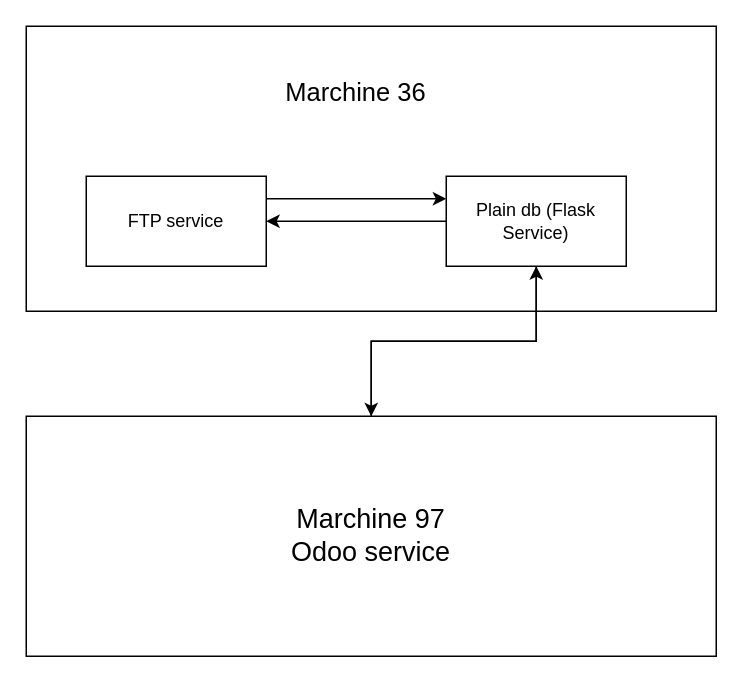
This is endor_ftp.drawio from CcccKaaaa/Personal, a draw.io file, before an edit. Source tidied: cells renumbered, new cells numbered last; positions are measured from the earlier drawing's top-left corner, leaving out a move shared by most shapes. Both pictures are drawn from the tidied source at 150%, with x=0, y=0 at pixel (26, 26).
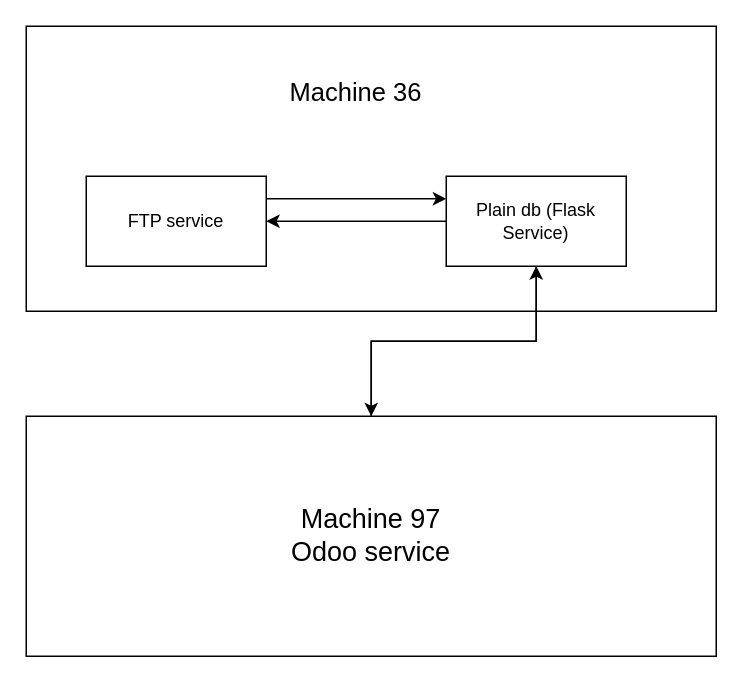
The same diagram, later.

The edit, as a diff of the source:
```diff
@@
 <mxGraphModel>
   <root>
     <mxCell id="0" />
     <mxCell id="1" parent="0" />
     <mxCell id="2" style="rounded=0;whiteSpace=wrap;html=1;" parent="1" vertex="1">
       <mxGeometry width="460" height="190" as="geometry" />
     </mxCell>
     <mxCell id="3" style="edgeStyle=orthogonalEdgeStyle;rounded=0;jettySize=auto;html=1;exitX=1;exitY=0.25;exitDx=0;exitDy=0;entryX=0;entryY=0.25;entryDx=0;entryDy=0;" parent="1" edge="1" source="4" target="7">
       <mxGeometry relative="1" as="geometry" />
     </mxCell>
     <mxCell id="4" value="FTP service" style="rounded=0;whiteSpace=wrap;html=1;" parent="1" vertex="1">
       <mxGeometry x="40" y="100" width="120" height="60" as="geometry" />
     </mxCell>
     <mxCell id="5" style="edgeStyle=orthogonalEdgeStyle;rounded=0;jettySize=auto;html=1;" parent="1" edge="1" source="7" target="4">
       <mxGeometry relative="1" as="geometry" />
     </mxCell>
     <mxCell id="6" style="edgeStyle=orthogonalEdgeStyle;rounded=0;jettySize=auto;html=1;" parent="1" edge="1" source="7" target="9">
       <mxGeometry relative="1" as="geometry" />
     </mxCell>
     <mxCell id="7" value="Plain db (Flask Service)" style="rounded=0;whiteSpace=wrap;html=1;" parent="1" vertex="1">
       <mxGeometry x="280" y="100" width="120" height="60" as="geometry" />
     </mxCell>
     <mxCell id="8" style="edgeStyle=orthogonalEdgeStyle;rounded=0;jettySize=auto;html=1;" parent="1" edge="1" source="9" target="7">
       <mxGeometry relative="1" as="geometry" />
     </mxCell>
-    <mxCell id="9" value="Marchine 97&lt;br style=&quot;font-size: 18px;&quot;&gt;Odoo service" style="rounded=0;whiteSpace=wrap;html=1;fontSize=18;" parent="1" vertex="1">
+    <mxCell id="9" value="Machine&amp;nbsp;97&lt;br style=&quot;font-size: 18px;&quot;&gt;Odoo service" style="rounded=0;whiteSpace=wrap;html=1;fontSize=18;" parent="1" vertex="1">
       <mxGeometry y="260" width="460" height="160" as="geometry" />
     </mxCell>
-    <mxCell id="10" value="Marchine 36" style="text;html=1;strokeColor=none;fillColor=none;align=center;verticalAlign=middle;whiteSpace=wrap;rounded=0;fontSize=17;" parent="1" vertex="1">
+    <mxCell id="10" value="Machine&amp;nbsp;36" style="text;html=1;strokeColor=none;fillColor=none;align=center;verticalAlign=middle;whiteSpace=wrap;rounded=0;fontSize=17;" parent="1" vertex="1">
       <mxGeometry x="170" y="30" width="100" height="30" as="geometry" />
     </mxCell>
   </root>
 </mxGraphModel>
```
